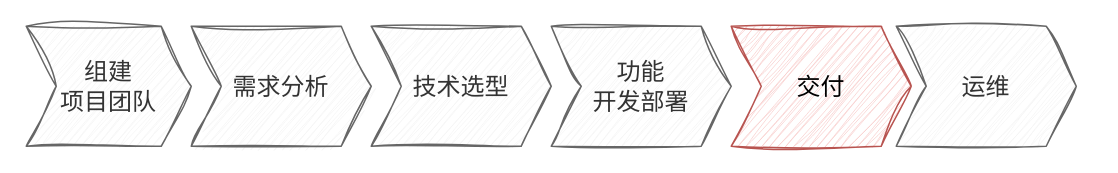
Earlier version of the draw.io diagram 低代码——软件开发过程.drawio (tangyaosimida/love). Source tidied: cells renumbered, new cells numbered last; positions are measured from the earlier drawing's top-left corner, leaving out a move shared by most shapes. Both pictures are drawn from the tidied source at 150%, with x=0, y=0 at pixel (26, 26).
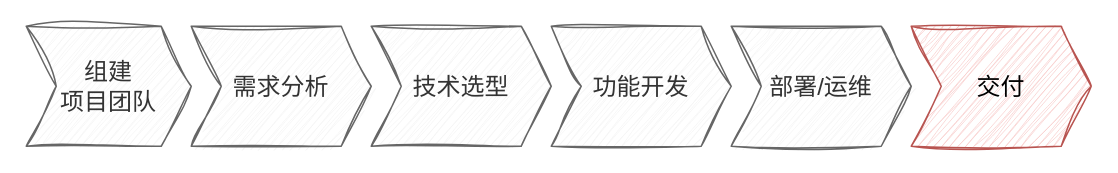
After the change.

Commit message (it also covers changes not shown here):
更新低代码——软件开发过程.drawio

What changed in the source:
```diff
@@
 <mxGraphModel>
   <root>
     <mxCell id="0" />
     <mxCell id="1" parent="0" />
     <mxCell id="2" value="组建&lt;div&gt;项目团队&lt;/div&gt;" style="shape=step;perimeter=stepPerimeter;whiteSpace=wrap;html=1;fixedSize=1;fontSize=16;fillColor=#f5f5f5;strokeColor=#666666;sketch=1;curveFitting=1;jiggle=2;fontColor=#333333;" parent="1" vertex="1">
       <mxGeometry width="110" height="80" as="geometry" />
     </mxCell>
     <mxCell id="3" value="需求分析" style="shape=step;perimeter=stepPerimeter;whiteSpace=wrap;html=1;fixedSize=1;fontSize=16;fillColor=#f5f5f5;strokeColor=#666666;sketch=1;curveFitting=1;jiggle=2;fontColor=#333333;" parent="1" vertex="1">
       <mxGeometry x="110" width="120" height="80" as="geometry" />
     </mxCell>
     <mxCell id="4" value="技术选型" style="shape=step;perimeter=stepPerimeter;whiteSpace=wrap;html=1;fixedSize=1;fontSize=16;fillColor=#f5f5f5;strokeColor=#666666;sketch=1;curveFitting=1;jiggle=2;fontColor=#333333;" parent="1" vertex="1">
       <mxGeometry x="230" width="120" height="80" as="geometry" />
     </mxCell>
-    <mxCell id="5" value="功能&lt;div&gt;开发部署&lt;/div&gt;" style="shape=step;perimeter=stepPerimeter;whiteSpace=wrap;html=1;fixedSize=1;fontSize=16;fillColor=#f5f5f5;strokeColor=#666666;sketch=1;curveFitting=1;jiggle=2;fontColor=#333333;" parent="1" vertex="1">
+    <mxCell id="5" value="功能开发" style="shape=step;perimeter=stepPerimeter;whiteSpace=wrap;html=1;fixedSize=1;fontSize=16;fillColor=#f5f5f5;strokeColor=#666666;sketch=1;curveFitting=1;jiggle=2;fontColor=#333333;" parent="1" vertex="1">
       <mxGeometry x="350" width="120" height="80" as="geometry" />
     </mxCell>
     <mxCell id="6" value="交付" style="shape=step;perimeter=stepPerimeter;whiteSpace=wrap;html=1;fixedSize=1;fontSize=16;fillColor=#f8cecc;strokeColor=#b85450;sketch=1;curveFitting=1;jiggle=2;" parent="1" vertex="1">
-      <mxGeometry x="470" width="120" height="80" as="geometry" />
+      <mxGeometry x="590" width="120" height="80" as="geometry" />
     </mxCell>
-    <mxCell id="7" value="运维" style="shape=step;perimeter=stepPerimeter;whiteSpace=wrap;html=1;fixedSize=1;fontSize=16;fillColor=#f5f5f5;strokeColor=#666666;sketch=1;curveFitting=1;jiggle=2;fontColor=#333333;" parent="1" vertex="1">
-      <mxGeometry x="580" width="120" height="80" as="geometry" />
-    </mxCell>
+    <mxCell id="8" value="部署/运维" style="shape=step;perimeter=stepPerimeter;whiteSpace=wrap;html=1;fixedSize=1;fontSize=16;fillColor=#f5f5f5;strokeColor=#666666;sketch=1;curveFitting=1;jiggle=2;fontColor=#333333;" parent="1" vertex="1">
+      <mxGeometry x="470" width="120" height="80" as="geometry" />
+    </mxCell>
   </root>
 </mxGraphModel>
```
